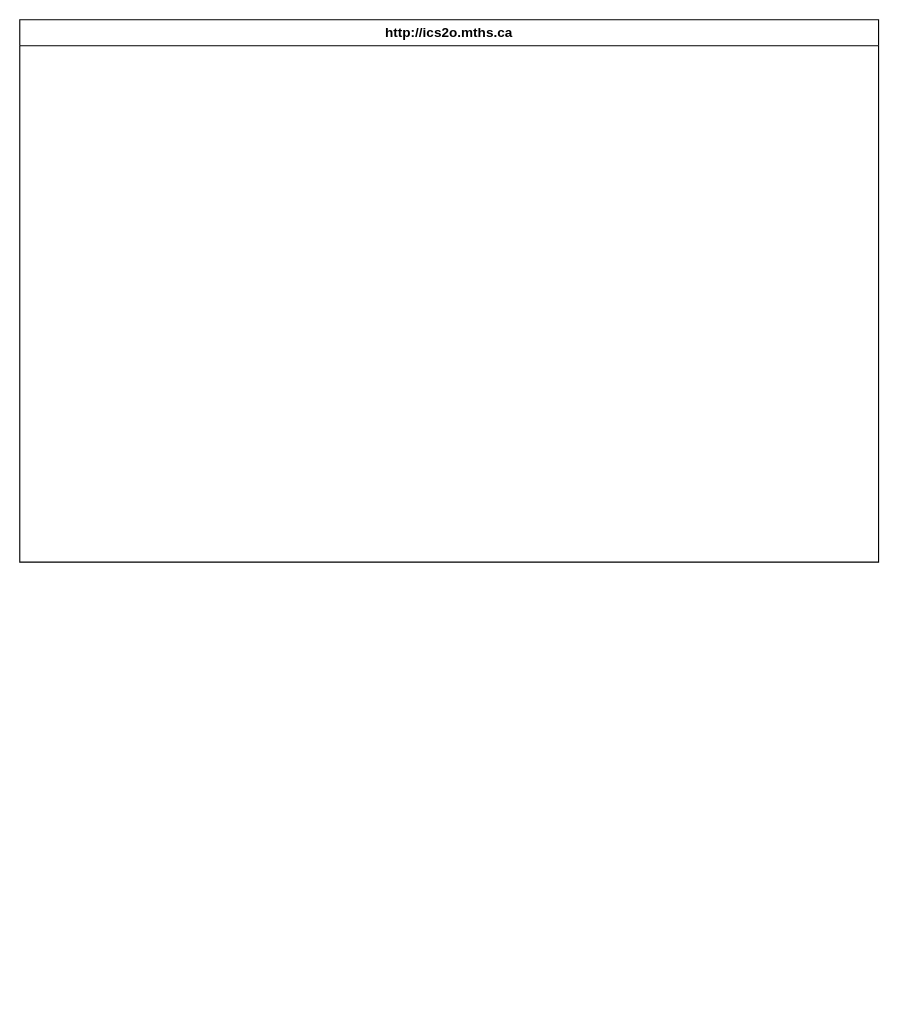
Earlier version of the draw.io diagram design/storyboard.drawio (MTHS-ICD2O-1-2024/ICD2O-Final-Project-joyce.nkengbeza). Source tidied: cells renumbered, new cells numbered last; positions are measured from the earlier drawing's top-left corner, leaving out a move shared by most shapes. Both pictures are drawn from the tidied source at 113%, with x=0, y=0 at pixel (19, 19).
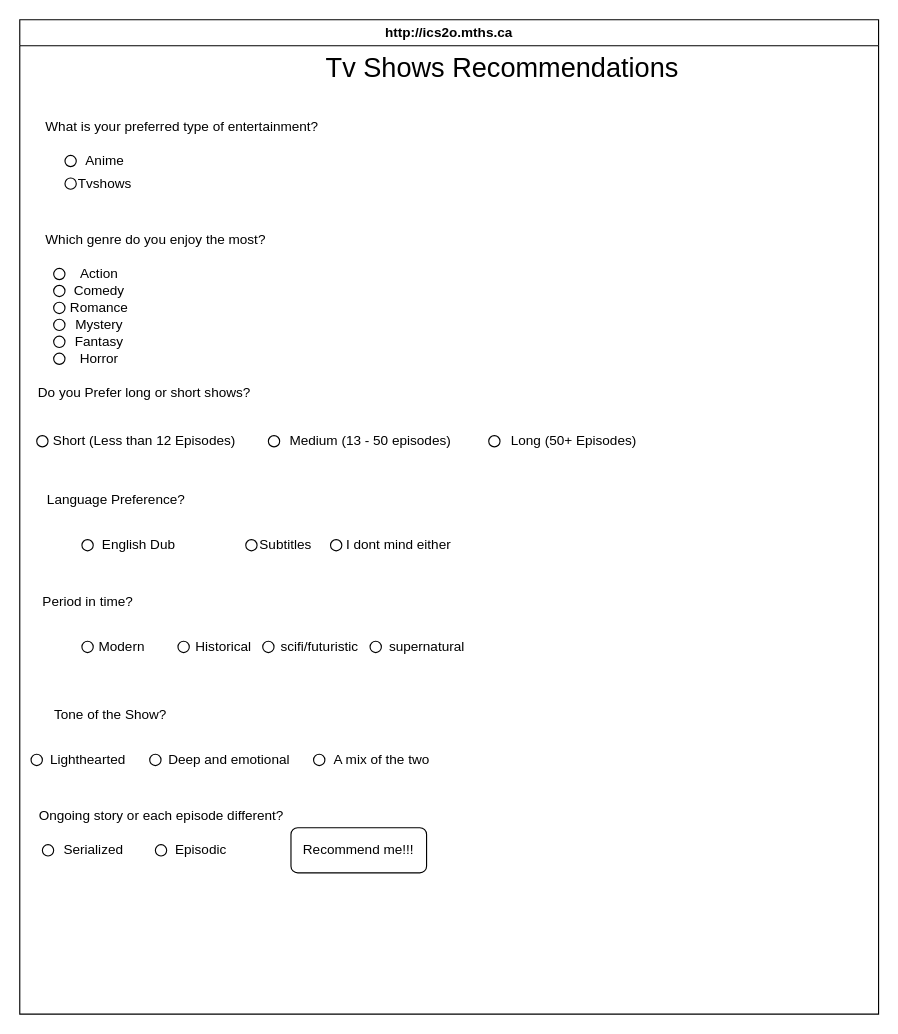
After the change.

The edit, as a diff of the source:
```diff
@@
     <mxCell id="2" value="http://ics2o.mths.ca" style="swimlane;whiteSpace=wrap;html=1;" parent="1" vertex="1">
-      <mxGeometry width="760" height="480" as="geometry" />
+      <mxGeometry width="760" height="880" as="geometry" />
     </mxCell>
+    <mxCell id="3" value="What is your preferred type of entertainment?&amp;nbsp;" style="text;html=1;align=center;verticalAlign=middle;strokeColor=none;fillColor=none;" parent="2" vertex="1">
+      <mxGeometry x="10" y="80" width="270" height="30" as="geometry" />
+    </mxCell>
+    <mxCell id="4" value="Tvshows" style="text;html=1;align=center;verticalAlign=middle;strokeColor=none;fillColor=none;" parent="2" vertex="1">
+      <mxGeometry x="40" y="130" width="70" height="30" as="geometry" />
+    </mxCell>
+    <mxCell id="5" value="Anime" style="text;html=1;align=center;verticalAlign=middle;strokeColor=none;fillColor=none;" parent="2" vertex="1">
+      <mxGeometry x="45" y="110" width="60" height="30" as="geometry" />
+    </mxCell>
+    <mxCell id="6" value="Which genre do you enjoy the most?" style="text;html=1;align=center;verticalAlign=middle;strokeColor=none;fillColor=none;" parent="2" vertex="1">
+      <mxGeometry x="10" y="180" width="220" height="30" as="geometry" />
+    </mxCell>
+    <mxCell id="7" value="Action" style="text;html=1;align=center;verticalAlign=middle;strokeColor=none;fillColor=none;" parent="2" vertex="1">
+      <mxGeometry x="40" y="210" width="60" height="30" as="geometry" />
+    </mxCell>
+    <mxCell id="8" value="Comedy" style="text;html=1;align=center;verticalAlign=middle;strokeColor=none;fillColor=none;" parent="2" vertex="1">
+      <mxGeometry x="35" y="225" width="70" height="30" as="geometry" />
+    </mxCell>
+    <mxCell id="9" value="Romance" style="text;html=1;align=center;verticalAlign=middle;strokeColor=none;fillColor=none;" parent="2" vertex="1">
+      <mxGeometry x="35" y="240" width="70" height="30" as="geometry" />
+    </mxCell>
+    <mxCell id="10" value="Mystery" style="text;html=1;align=center;verticalAlign=middle;strokeColor=none;fillColor=none;" parent="2" vertex="1">
+      <mxGeometry x="35" y="255" width="70" height="30" as="geometry" />
+    </mxCell>
+    <mxCell id="11" value="Fantasy" style="text;html=1;align=center;verticalAlign=middle;strokeColor=none;fillColor=none;" parent="2" vertex="1">
+      <mxGeometry x="35" y="270" width="70" height="30" as="geometry" />
+    </mxCell>
+    <mxCell id="12" value="Horror" style="text;html=1;align=center;verticalAlign=middle;strokeColor=none;fillColor=none;" parent="2" vertex="1">
+      <mxGeometry x="40" y="285" width="60" height="30" as="geometry" />
+    </mxCell>
+    <mxCell id="13" value="Do you Prefer long or short shows?" style="text;html=1;align=center;verticalAlign=middle;strokeColor=none;fillColor=none;" parent="2" vertex="1">
+      <mxGeometry x="5" y="315" width="210" height="30" as="geometry" />
+    </mxCell>
+    <mxCell id="14" value="Short (Less than 12 Episodes)" style="text;html=1;align=center;verticalAlign=middle;strokeColor=none;fillColor=none;" parent="2" vertex="1">
+      <mxGeometry x="20" y="358" width="180" height="30" as="geometry" />
+    </mxCell>
+    <mxCell id="15" value="Medium (13 - 50 episodes)" style="text;html=1;align=center;verticalAlign=middle;strokeColor=none;fillColor=none;" parent="2" vertex="1">
+      <mxGeometry x="225" y="358" width="170" height="30" as="geometry" />
+    </mxCell>
+    <mxCell id="16" value="Long (50+ Episodes)" style="text;html=1;align=center;verticalAlign=middle;strokeColor=none;fillColor=none;" parent="2" vertex="1">
+      <mxGeometry x="425" y="358" width="130" height="30" as="geometry" />
+    </mxCell>
+    <mxCell id="17" value="Language Preference?" style="text;html=1;align=center;verticalAlign=middle;strokeColor=none;fillColor=none;" parent="2" vertex="1">
+      <mxGeometry x="10" y="410" width="150" height="30" as="geometry" />
+    </mxCell>
+    <mxCell id="18" value="English Dub" style="text;html=1;align=center;verticalAlign=middle;strokeColor=none;fillColor=none;" parent="2" vertex="1">
+      <mxGeometry x="60" y="450" width="90" height="30" as="geometry" />
+    </mxCell>
+    <mxCell id="19" value="Subtitles" style="text;html=1;align=center;verticalAlign=middle;strokeColor=none;fillColor=none;" parent="2" vertex="1">
+      <mxGeometry x="200" y="450" width="70" height="30" as="geometry" />
+    </mxCell>
+    <mxCell id="20" value="I dont mind either" style="text;html=1;align=center;verticalAlign=middle;strokeColor=none;fillColor=none;" parent="2" vertex="1">
+      <mxGeometry x="275" y="450" width="120" height="30" as="geometry" />
+    </mxCell>
+    <mxCell id="21" value="Period in time?" style="text;html=1;align=center;verticalAlign=middle;strokeColor=none;fillColor=none;" parent="2" vertex="1">
+      <mxGeometry x="10" y="500" width="100" height="30" as="geometry" />
+    </mxCell>
+    <mxCell id="22" value="Modern" style="text;html=1;align=center;verticalAlign=middle;strokeColor=none;fillColor=none;" parent="2" vertex="1">
+      <mxGeometry x="60" y="540" width="60" height="30" as="geometry" />
+    </mxCell>
+    <mxCell id="23" value="Historical" style="text;html=1;align=center;verticalAlign=middle;strokeColor=none;fillColor=none;" parent="2" vertex="1">
+      <mxGeometry x="145" y="540" width="70" height="30" as="geometry" />
+    </mxCell>
+    <mxCell id="24" value="scifi/futuristic" style="text;html=1;align=center;verticalAlign=middle;strokeColor=none;fillColor=none;" parent="2" vertex="1">
+      <mxGeometry x="220" y="540" width="90" height="30" as="geometry" />
+    </mxCell>
+    <mxCell id="25" value="supernatural" style="text;html=1;align=center;verticalAlign=middle;strokeColor=none;fillColor=none;" parent="2" vertex="1">
+      <mxGeometry x="315" y="540" width="90" height="30" as="geometry" />
+    </mxCell>
+    <mxCell id="26" value="Tone of the Show?" style="text;html=1;align=center;verticalAlign=middle;strokeColor=none;fillColor=none;" parent="2" vertex="1">
+      <mxGeometry x="20" y="600" width="120" height="30" as="geometry" />
+    </mxCell>
+    <mxCell id="27" value="Lighthearted" style="text;html=1;align=center;verticalAlign=middle;strokeColor=none;fillColor=none;" parent="2" vertex="1">
+      <mxGeometry x="15" y="640" width="90" height="30" as="geometry" />
+    </mxCell>
+    <mxCell id="28" value="Deep and emotional" style="text;html=1;align=center;verticalAlign=middle;strokeColor=none;fillColor=none;" parent="2" vertex="1">
+      <mxGeometry x="120" y="640" width="130" height="30" as="geometry" />
+    </mxCell>
+    <mxCell id="29" value="A mix of the two" style="text;html=1;align=center;verticalAlign=middle;strokeColor=none;fillColor=none;" parent="2" vertex="1">
+      <mxGeometry x="265" y="640" width="110" height="30" as="geometry" />
+    </mxCell>
+    <mxCell id="30" value="Ongoing story or each episode different?" style="text;html=1;align=center;verticalAlign=middle;strokeColor=none;fillColor=none;" parent="2" vertex="1">
+      <mxGeometry x="5" y="690" width="240" height="30" as="geometry" />
+    </mxCell>
+    <mxCell id="31" value="Serialized" style="text;html=1;align=center;verticalAlign=middle;strokeColor=none;fillColor=none;" parent="2" vertex="1">
+      <mxGeometry x="25" y="720" width="80" height="30" as="geometry" />
+    </mxCell>
+    <mxCell id="32" value="Episodic" style="text;html=1;align=center;verticalAlign=middle;strokeColor=none;fillColor=none;" parent="2" vertex="1">
+      <mxGeometry x="125" y="720" width="70" height="30" as="geometry" />
+    </mxCell>
+    <mxCell id="33" value="Recommend me!!!" style="rounded=1;whiteSpace=wrap;html=1;" parent="2" vertex="1">
+      <mxGeometry x="240" y="715" width="120" height="40" as="geometry" />
+    </mxCell>
+    <mxCell id="34" style="ellipse;whiteSpace=wrap;html=1;" parent="2" vertex="1">
+      <mxGeometry x="40" y="120" width="10" height="10" as="geometry" />
+    </mxCell>
+    <mxCell id="35" style="ellipse;whiteSpace=wrap;html=1;" parent="2" vertex="1">
+      <mxGeometry x="40" y="140" width="10" height="10" as="geometry" />
+    </mxCell>
+    <mxCell id="36" style="ellipse;whiteSpace=wrap;html=1;" parent="2" vertex="1">
+      <mxGeometry x="30" y="220" width="10" height="10" as="geometry" />
+    </mxCell>
+    <mxCell id="37" style="ellipse;whiteSpace=wrap;html=1;" parent="2" vertex="1">
+      <mxGeometry x="30" y="235" width="10" height="10" as="geometry" />
+    </mxCell>
+    <mxCell id="38" style="ellipse;whiteSpace=wrap;html=1;" parent="2" vertex="1">
+      <mxGeometry x="30" y="250" width="10" height="10" as="geometry" />
+    </mxCell>
+    <mxCell id="39" style="ellipse;whiteSpace=wrap;html=1;" parent="2" vertex="1">
+      <mxGeometry x="30" y="265" width="10" height="10" as="geometry" />
+    </mxCell>
+    <mxCell id="40" style="ellipse;whiteSpace=wrap;html=1;" parent="2" vertex="1">
+      <mxGeometry x="30" y="280" width="10" height="10" as="geometry" />
+    </mxCell>
+    <mxCell id="41" style="ellipse;whiteSpace=wrap;html=1;" parent="2" vertex="1">
+      <mxGeometry x="30" y="295" width="10" height="10" as="geometry" />
+    </mxCell>
+    <mxCell id="42" style="ellipse;whiteSpace=wrap;html=1;" parent="2" vertex="1">
+      <mxGeometry x="15" y="368" width="10" height="10" as="geometry" />
+    </mxCell>
+    <mxCell id="43" style="ellipse;whiteSpace=wrap;html=1;" parent="2" vertex="1">
+      <mxGeometry x="220" y="368" width="10" height="10" as="geometry" />
+    </mxCell>
+    <mxCell id="44" style="ellipse;whiteSpace=wrap;html=1;" parent="2" vertex="1">
+      <mxGeometry x="415" y="368" width="10" height="10" as="geometry" />
+    </mxCell>
+    <mxCell id="45" style="ellipse;whiteSpace=wrap;html=1;" parent="2" vertex="1">
+      <mxGeometry x="55" y="460" width="10" height="10" as="geometry" />
+    </mxCell>
+    <mxCell id="46" style="ellipse;whiteSpace=wrap;html=1;" parent="2" vertex="1">
+      <mxGeometry x="200" y="460" width="10" height="10" as="geometry" />
+    </mxCell>
+    <mxCell id="47" style="ellipse;whiteSpace=wrap;html=1;" parent="2" vertex="1">
+      <mxGeometry x="275" y="460" width="10" height="10" as="geometry" />
+    </mxCell>
+    <mxCell id="48" style="ellipse;whiteSpace=wrap;html=1;" parent="2" vertex="1">
+      <mxGeometry x="55" y="550" width="10" height="10" as="geometry" />
+    </mxCell>
+    <mxCell id="49" style="ellipse;whiteSpace=wrap;html=1;" parent="2" vertex="1">
+      <mxGeometry x="140" y="550" width="10" height="10" as="geometry" />
+    </mxCell>
+    <mxCell id="50" style="ellipse;whiteSpace=wrap;html=1;" parent="2" vertex="1">
+      <mxGeometry x="215" y="550" width="10" height="10" as="geometry" />
+    </mxCell>
+    <mxCell id="51" style="ellipse;whiteSpace=wrap;html=1;" parent="2" vertex="1">
+      <mxGeometry x="310" y="550" width="10" height="10" as="geometry" />
+    </mxCell>
+    <mxCell id="52" style="ellipse;whiteSpace=wrap;html=1;" parent="2" vertex="1">
+      <mxGeometry x="10" y="650" width="10" height="10" as="geometry" />
+    </mxCell>
+    <mxCell id="53" style="ellipse;whiteSpace=wrap;html=1;" parent="2" vertex="1">
+      <mxGeometry x="115" y="650" width="10" height="10" as="geometry" />
+    </mxCell>
+    <mxCell id="54" style="ellipse;whiteSpace=wrap;html=1;" parent="2" vertex="1">
+      <mxGeometry x="260" y="650" width="10" height="10" as="geometry" />
+    </mxCell>
+    <mxCell id="55" style="ellipse;whiteSpace=wrap;html=1;" parent="2" vertex="1">
+      <mxGeometry x="20" y="730" width="10" height="10" as="geometry" />
+    </mxCell>
+    <mxCell id="56" style="ellipse;whiteSpace=wrap;html=1;" parent="2" vertex="1">
+      <mxGeometry x="120" y="730" width="10" height="10" as="geometry" />
+    </mxCell>
+    <mxCell id="57" value="&lt;font style=&quot;font-size: 24px;&quot;&gt;Tv Shows Recommendations&amp;nbsp;&lt;/font&gt;" style="text;html=1;align=center;verticalAlign=middle;strokeColor=none;fillColor=none;" parent="2" vertex="1">
+      <mxGeometry x="260" y="23" width="340" height="40" as="geometry" />
+    </mxCell>
```
